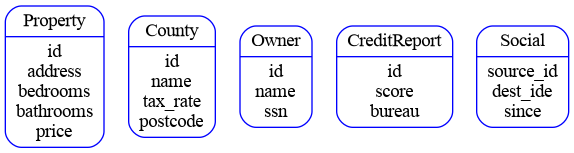
Above: docs/datasources.png in maguec/SpannerPropertyGraph (Graphviz), before the change. Its source is kept beside it as docs/datasources.dot. Source of this version:
```dot
digraph diag {
  node [shape=Mrecord, color=Blue];
  Property [label="{<f0> Property|<f1> id\naddress\nbedrooms\nbathrooms\nprice}"];
  County [label="{<f0> County|<f1> id\nname\ntax_rate\npostcode}"];
  Owner [label="{<f0> Owner|<f1> id\nname\nssn}"];
  CreditReport [label="{<f0> CreditReport|<f1> id\nscore\nbureau}"];
  Social [label="{<f0> Social|<f1> source_id\ndest_ide\nsince}"];
}
```
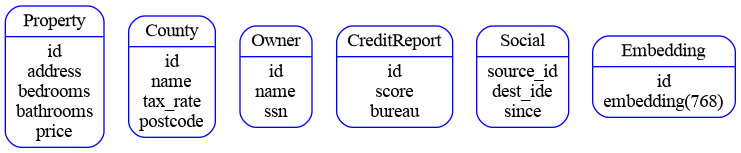
The same file after the commit.

The edit, as a diff of the source:
```diff
@@ -5,4 +5,5 @@
   Owner [label="{<f0> Owner|<f1> id\nname\nssn}"];
   CreditReport [label="{<f0> CreditReport|<f1> id\nscore\nbureau}"];
   Social [label="{<f0> Social|<f1> source_id\ndest_ide\nsince}"];
+  Embedding [label="{<f0> Embedding|<f1> id\nembedding(768)}"];
 }
```
